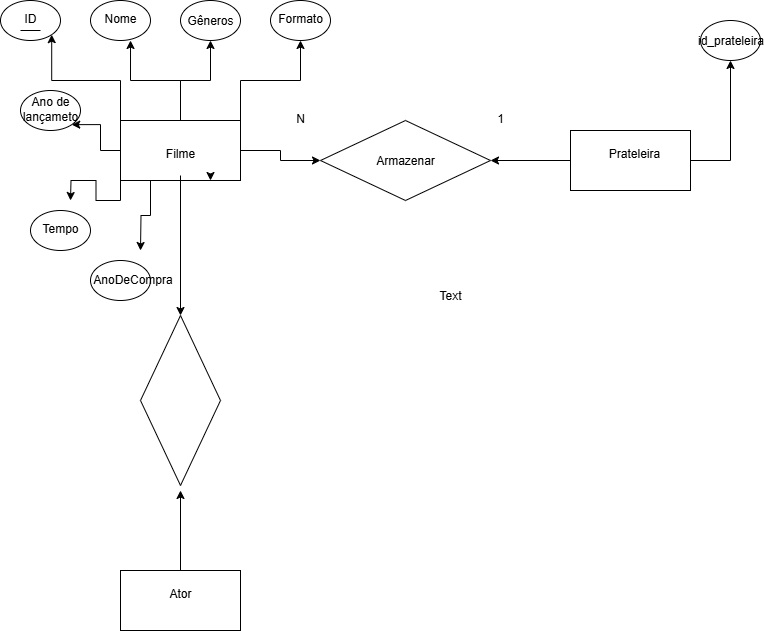
Earlier version of the draw.io export Diagrama sem nome.drawio.png (samueldf1507/samueldf1507). Source tidied: cells renumbered, new cells last; positions are measured from the earlier drawing's top-left corner, leaving out a move shared by most shapes. Its diagram source:
```xml
<mxGraphModel>
  <root>
    <mxCell id="0" />
    <mxCell id="1" parent="0" />
    <mxCell id="2" style="edgeStyle=orthogonalEdgeStyle;rounded=0;jettySize=auto;html=1;entryX=0;entryY=0.5;entryDx=0;entryDy=0;" parent="1" edge="1" source="9" target="20">
      <mxGeometry relative="1" as="geometry" />
    </mxCell>
    <mxCell id="3" style="edgeStyle=orthogonalEdgeStyle;rounded=0;jettySize=auto;html=1;exitX=0.5;exitY=0;exitDx=0;exitDy=0;" parent="1" edge="1" source="9" target="24">
      <mxGeometry relative="1" as="geometry" />
    </mxCell>
    <mxCell id="4" style="edgeStyle=orthogonalEdgeStyle;rounded=0;jettySize=auto;html=1;exitX=1;exitY=0;exitDx=0;exitDy=0;entryX=0.5;entryY=1;entryDx=0;entryDy=0;" parent="1" edge="1" source="9" target="25">
      <mxGeometry relative="1" as="geometry" />
    </mxCell>
    <mxCell id="5" style="edgeStyle=orthogonalEdgeStyle;rounded=0;jettySize=auto;html=1;exitX=0;exitY=0.5;exitDx=0;exitDy=0;entryX=1;entryY=1;entryDx=0;entryDy=0;" parent="1" edge="1" source="9" target="27">
      <mxGeometry relative="1" as="geometry" />
    </mxCell>
    <mxCell id="6" style="edgeStyle=orthogonalEdgeStyle;rounded=0;jettySize=auto;html=1;exitX=0;exitY=1;exitDx=0;exitDy=0;" parent="1" edge="1" source="9">
      <mxGeometry relative="1" as="geometry">
        <mxPoint x="70" y="200" as="targetPoint" />
      </mxGeometry>
    </mxCell>
    <mxCell id="7" style="edgeStyle=orthogonalEdgeStyle;rounded=0;jettySize=auto;html=1;exitX=0.25;exitY=1;exitDx=0;exitDy=0;" parent="1" edge="1" source="9">
      <mxGeometry relative="1" as="geometry">
        <mxPoint x="140" y="250" as="targetPoint" />
      </mxGeometry>
    </mxCell>
    <mxCell id="8" style="edgeStyle=orthogonalEdgeStyle;rounded=0;jettySize=auto;html=1;exitX=0;exitY=0;exitDx=0;exitDy=0;entryX=1;entryY=1;entryDx=0;entryDy=0;" parent="1" edge="1" source="9" target="31">
      <mxGeometry relative="1" as="geometry" />
    </mxCell>
    <mxCell id="9" style="rounded=0;whiteSpace=wrap;html=1;" parent="1" vertex="1">
      <mxGeometry x="120" y="120" width="120" height="60" as="geometry" />
    </mxCell>
    <mxCell id="10" style="edgeStyle=orthogonalEdgeStyle;rounded=0;jettySize=auto;html=1;exitX=1;exitY=1;exitDx=0;exitDy=0;entryX=0.75;entryY=1;entryDx=0;entryDy=0;" parent="1" edge="1" source="12" target="9">
      <mxGeometry relative="1" as="geometry" />
    </mxCell>
    <mxCell id="11" style="edgeStyle=orthogonalEdgeStyle;rounded=0;jettySize=auto;html=1;entryX=0;entryY=0.5;entryDx=0;entryDy=0;" parent="1" edge="1" source="12" target="43">
      <mxGeometry relative="1" as="geometry" />
    </mxCell>
    <mxCell id="12" value="Filme&lt;div&gt;&lt;br&gt;&lt;/div&gt;" style="text;html=1;align=center;verticalAlign=middle;whiteSpace=wrap;rounded=0;" parent="1" vertex="1">
      <mxGeometry x="150" y="145" width="60" height="30" as="geometry" />
    </mxCell>
    <mxCell id="13" style="edgeStyle=orthogonalEdgeStyle;rounded=0;jettySize=auto;html=1;exitX=0;exitY=0.5;exitDx=0;exitDy=0;entryX=1;entryY=0.5;entryDx=0;entryDy=0;" parent="1" edge="1" source="15" target="20">
      <mxGeometry relative="1" as="geometry" />
    </mxCell>
    <mxCell id="14" style="edgeStyle=orthogonalEdgeStyle;rounded=0;jettySize=auto;html=1;entryX=0.5;entryY=1;entryDx=0;entryDy=0;" parent="1" edge="1" source="15" target="40">
      <mxGeometry relative="1" as="geometry" />
    </mxCell>
    <mxCell id="15" style="rounded=0;whiteSpace=wrap;html=1;" parent="1" vertex="1">
      <mxGeometry x="570" y="130" width="120" height="60" as="geometry" />
    </mxCell>
    <mxCell id="16" value="Prateleira&lt;div&gt;&lt;br&gt;&lt;/div&gt;" style="text;html=1;align=center;verticalAlign=middle;whiteSpace=wrap;rounded=0;" parent="1" vertex="1">
      <mxGeometry x="604" y="145" width="60" height="30" as="geometry" />
    </mxCell>
    <mxCell id="17" style="edgeStyle=orthogonalEdgeStyle;rounded=0;jettySize=auto;html=1;exitX=0.5;exitY=0;exitDx=0;exitDy=0;" parent="1" edge="1" source="18">
      <mxGeometry relative="1" as="geometry">
        <mxPoint x="180" y="490" as="targetPoint" />
      </mxGeometry>
    </mxCell>
    <mxCell id="18" style="rounded=0;whiteSpace=wrap;html=1;" parent="1" vertex="1">
      <mxGeometry x="120" y="570" width="120" height="60" as="geometry" />
    </mxCell>
    <mxCell id="19" value="Ator&lt;div&gt;&lt;br&gt;&lt;/div&gt;" style="text;html=1;align=center;verticalAlign=middle;whiteSpace=wrap;rounded=0;" parent="1" vertex="1">
      <mxGeometry x="150" y="585" width="60" height="30" as="geometry" />
    </mxCell>
    <mxCell id="20" style="rhombus;whiteSpace=wrap;html=1;" parent="1" vertex="1">
      <mxGeometry x="320" y="120" width="170" height="80" as="geometry" />
    </mxCell>
    <mxCell id="21" value="Armazenar" style="text;html=1;align=center;verticalAlign=middle;whiteSpace=wrap;rounded=0;" parent="1" vertex="1">
      <mxGeometry x="375" y="145" width="60" height="30" as="geometry" />
    </mxCell>
    <mxCell id="22" value="1&lt;div&gt;&lt;br&gt;&lt;/div&gt;" style="text;html=1;align=center;verticalAlign=middle;whiteSpace=wrap;rounded=0;" parent="1" vertex="1">
      <mxGeometry x="470" y="110" width="60" height="30" as="geometry" />
    </mxCell>
    <mxCell id="23" value="N&lt;div&gt;&lt;br&gt;&lt;/div&gt;" style="text;html=1;align=center;verticalAlign=middle;whiteSpace=wrap;rounded=0;" parent="1" vertex="1">
      <mxGeometry x="270" y="110" width="60" height="30" as="geometry" />
    </mxCell>
    <mxCell id="24" style="ellipse;whiteSpace=wrap;html=1;" parent="1" vertex="1">
      <mxGeometry x="180" width="60" height="40" as="geometry" />
    </mxCell>
    <mxCell id="25" style="ellipse;whiteSpace=wrap;html=1;" parent="1" vertex="1">
      <mxGeometry x="270" width="60" height="40" as="geometry" />
    </mxCell>
    <mxCell id="26" style="ellipse;whiteSpace=wrap;html=1;" parent="1" vertex="1">
      <mxGeometry x="90" width="60" height="40" as="geometry" />
    </mxCell>
    <mxCell id="27" style="ellipse;whiteSpace=wrap;html=1;" parent="1" vertex="1">
      <mxGeometry x="20" y="90" width="60" height="40" as="geometry" />
    </mxCell>
    <mxCell id="28" style="ellipse;whiteSpace=wrap;html=1;" parent="1" vertex="1">
      <mxGeometry x="90" y="260" width="60" height="40" as="geometry" />
    </mxCell>
    <mxCell id="29" style="ellipse;whiteSpace=wrap;html=1;" parent="1" vertex="1">
      <mxGeometry x="30" y="210" width="60" height="40" as="geometry" />
    </mxCell>
    <mxCell id="30" style="edgeStyle=orthogonalEdgeStyle;rounded=0;jettySize=auto;html=1;exitX=0.5;exitY=0;exitDx=0;exitDy=0;entryX=0.667;entryY=1;entryDx=0;entryDy=0;entryPerimeter=0;" parent="1" edge="1" source="9" target="26">
      <mxGeometry relative="1" as="geometry" />
    </mxCell>
    <mxCell id="31" style="ellipse;whiteSpace=wrap;html=1;" parent="1" vertex="1">
      <mxGeometry width="60" height="40" as="geometry" />
    </mxCell>
    <mxCell id="32" value="AnoDeCompra" style="text;html=1;align=center;verticalAlign=middle;whiteSpace=wrap;rounded=0;" parent="1" vertex="1">
      <mxGeometry x="130" y="267.5" width="5" height="22.5" as="geometry" />
    </mxCell>
    <mxCell id="33" value="Gêneros" style="text;html=1;align=center;verticalAlign=middle;whiteSpace=wrap;rounded=0;" parent="1" vertex="1">
      <mxGeometry x="180" y="5" width="60" height="30" as="geometry" />
    </mxCell>
    <mxCell id="34" value="Formato&lt;div&gt;&lt;br&gt;&lt;/div&gt;" style="text;html=1;align=center;verticalAlign=middle;whiteSpace=wrap;rounded=0;" parent="1" vertex="1">
      <mxGeometry x="270" y="10" width="60" height="30" as="geometry" />
    </mxCell>
    <mxCell id="35" value="ID&lt;div&gt;&lt;br&gt;&lt;/div&gt;" style="text;html=1;align=center;verticalAlign=middle;whiteSpace=wrap;rounded=0;" parent="1" vertex="1">
      <mxGeometry y="10" width="60" height="30" as="geometry" />
    </mxCell>
    <mxCell id="36" style="endArrow=none;html=1;rounded=0;" parent="1" edge="1">
      <mxGeometry relative="1" as="geometry">
        <mxPoint x="20" y="30" as="sourcePoint" />
        <mxPoint x="40" y="30" as="targetPoint" />
      </mxGeometry>
    </mxCell>
    <mxCell id="37" value="Nome&lt;div&gt;&lt;br&gt;&lt;/div&gt;" style="text;html=1;align=center;verticalAlign=middle;whiteSpace=wrap;rounded=0;" parent="1" vertex="1">
      <mxGeometry x="90" y="10" width="60" height="30" as="geometry" />
    </mxCell>
    <mxCell id="38" value="Ano de lançameto" style="text;html=1;align=center;verticalAlign=middle;whiteSpace=wrap;rounded=0;" parent="1" vertex="1">
      <mxGeometry x="25" y="95" width="50" height="25" as="geometry" />
    </mxCell>
    <mxCell id="39" value="Tempo&lt;div&gt;&lt;br&gt;&lt;/div&gt;" style="text;html=1;align=center;verticalAlign=middle;whiteSpace=wrap;rounded=0;" parent="1" vertex="1">
      <mxGeometry x="30" y="220" width="60" height="30" as="geometry" />
    </mxCell>
    <mxCell id="40" style="ellipse;whiteSpace=wrap;html=1;" parent="1" vertex="1">
      <mxGeometry x="700" y="20" width="60" height="40" as="geometry" />
    </mxCell>
    <mxCell id="41" value="id_prateleira" style="text;html=1;align=center;verticalAlign=middle;whiteSpace=wrap;rounded=0;" parent="1" vertex="1">
      <mxGeometry x="727.5" y="37.5" width="5" height="5" as="geometry" />
    </mxCell>
    <mxCell id="42" value="Text" style="text;html=1;align=center;verticalAlign=middle;whiteSpace=wrap;rounded=0;" parent="1" vertex="1">
      <mxGeometry x="420" y="280" width="60" height="30" as="geometry" />
    </mxCell>
    <mxCell id="43" style="rhombus;whiteSpace=wrap;html=1;rotation=90;" parent="1" vertex="1">
      <mxGeometry x="95" y="360" width="170" height="80" as="geometry" />
    </mxCell>
  </root>
</mxGraphModel>
```
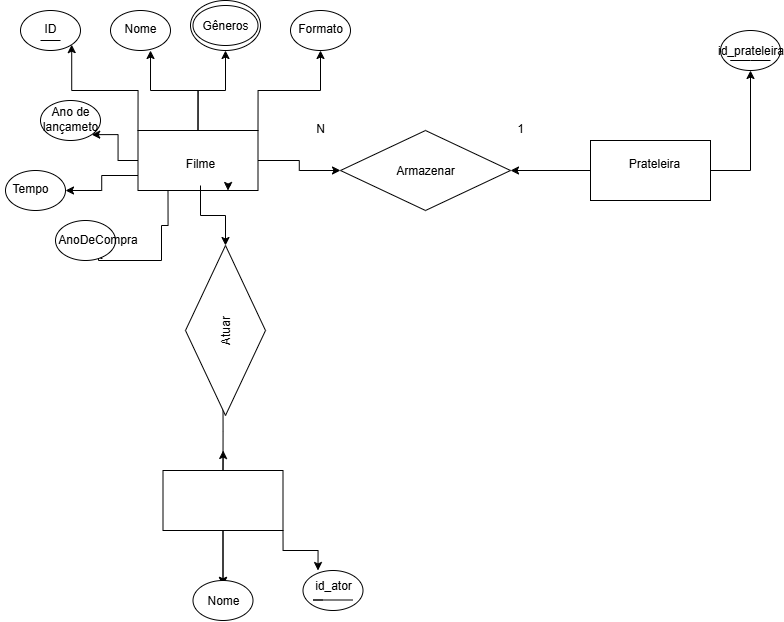
The same diagram one commit later.

Change to the diagram source:
```diff
@@ -14,21 +14,24 @@
     <mxCell id="5" style="edgeStyle=orthogonalEdgeStyle;rounded=0;jettySize=auto;html=1;exitX=0;exitY=0.5;exitDx=0;exitDy=0;entryX=1;entryY=1;entryDx=0;entryDy=0;" parent="1" edge="1" source="9" target="27">
       <mxGeometry relative="1" as="geometry" />
     </mxCell>
-    <mxCell id="6" style="edgeStyle=orthogonalEdgeStyle;rounded=0;jettySize=auto;html=1;exitX=0;exitY=1;exitDx=0;exitDy=0;" parent="1" edge="1" source="9">
-      <mxGeometry relative="1" as="geometry">
-        <mxPoint x="70" y="200" as="targetPoint" />
-      </mxGeometry>
-    </mxCell>
-    <mxCell id="7" style="edgeStyle=orthogonalEdgeStyle;rounded=0;jettySize=auto;html=1;exitX=0.25;exitY=1;exitDx=0;exitDy=0;" parent="1" edge="1" source="9">
+    <mxCell id="7" style="edgeStyle=orthogonalEdgeStyle;rounded=0;jettySize=auto;html=1;exitX=0.25;exitY=1;exitDx=0;exitDy=0;" parent="1" edge="1" source="9" target="32">
       <mxGeometry relative="1" as="geometry">
-        <mxPoint x="140" y="250" as="targetPoint" />
+        <Array as="points">
+          <mxPoint x="148" y="215" />
+          <mxPoint x="141" y="215" />
+          <mxPoint x="141" y="250" />
+          <mxPoint x="78" y="250" />
+        </Array>
       </mxGeometry>
     </mxCell>
     <mxCell id="8" style="edgeStyle=orthogonalEdgeStyle;rounded=0;jettySize=auto;html=1;exitX=0;exitY=0;exitDx=0;exitDy=0;entryX=1;entryY=1;entryDx=0;entryDy=0;" parent="1" edge="1" source="9" target="31">
       <mxGeometry relative="1" as="geometry" />
     </mxCell>
+    <mxCell id="44" style="edgeStyle=orthogonalEdgeStyle;rounded=0;jettySize=auto;html=1;exitX=0;exitY=0.75;exitDx=0;exitDy=0;entryX=1;entryY=0.5;entryDx=0;entryDy=0;" parent="1" edge="1" source="9" target="29">
+      <mxGeometry relative="1" as="geometry" />
+    </mxCell>
     <mxCell id="9" style="rounded=0;whiteSpace=wrap;html=1;" parent="1" vertex="1">
-      <mxGeometry x="120" y="120" width="120" height="60" as="geometry" />
+      <mxGeometry x="117.5" y="120" width="120" height="60" as="geometry" />
     </mxCell>
     <mxCell id="10" style="edgeStyle=orthogonalEdgeStyle;rounded=0;jettySize=auto;html=1;exitX=1;exitY=1;exitDx=0;exitDy=0;entryX=0.75;entryY=1;entryDx=0;entryDy=0;" parent="1" edge="1" source="12" target="9">
       <mxGeometry relative="1" as="geometry" />
@@ -53,15 +56,26 @@
     </mxCell>
     <mxCell id="17" style="edgeStyle=orthogonalEdgeStyle;rounded=0;jettySize=auto;html=1;exitX=0.5;exitY=0;exitDx=0;exitDy=0;" parent="1" edge="1" source="18">
       <mxGeometry relative="1" as="geometry">
-        <mxPoint x="180" y="490" as="targetPoint" />
+        <mxPoint x="202.5" y="380" as="targetPoint" />
       </mxGeometry>
     </mxCell>
+    <mxCell id="45" style="edgeStyle=orthogonalEdgeStyle;rounded=0;jettySize=auto;html=1;" parent="1" edge="1" source="18" target="52">
+      <mxGeometry relative="1" as="geometry" />
+    </mxCell>
+    <mxCell id="46" style="edgeStyle=orthogonalEdgeStyle;rounded=0;jettySize=auto;html=1;exitX=0.5;exitY=1;exitDx=0;exitDy=0;entryX=0.5;entryY=0;entryDx=0;entryDy=0;" parent="1" edge="1" source="18" target="52">
+      <mxGeometry relative="1" as="geometry" />
+    </mxCell>
+    <mxCell id="47" style="edgeStyle=orthogonalEdgeStyle;rounded=0;jettySize=auto;html=1;exitX=1;exitY=1;exitDx=0;exitDy=0;entryX=0.25;entryY=0;entryDx=0;entryDy=0;" parent="1" edge="1" source="18" target="50">
+      <mxGeometry relative="1" as="geometry" />
+    </mxCell>
+    <mxCell id="48" style="edgeStyle=orthogonalEdgeStyle;rounded=0;jettySize=auto;html=1;exitX=0.5;exitY=0;exitDx=0;exitDy=0;" parent="1" edge="1" source="18">
+      <mxGeometry relative="1" as="geometry">
+        <mxPoint x="202.7" y="440" as="targetPoint" />
+      </mxGeometry>
+    </mxCell>
     <mxCell id="18" style="rounded=0;whiteSpace=wrap;html=1;" parent="1" vertex="1">
-      <mxGeometry x="120" y="570" width="120" height="60" as="geometry" />
+      <mxGeometry x="142.5" y="460" width="120" height="60" as="geometry" />
     </mxCell>
-    <mxCell id="19" value="Ator&lt;div&gt;&lt;br&gt;&lt;/div&gt;" style="text;html=1;align=center;verticalAlign=middle;whiteSpace=wrap;rounded=0;" parent="1" vertex="1">
-      <mxGeometry x="150" y="585" width="60" height="30" as="geometry" />
-    </mxCell>
     <mxCell id="20" style="rhombus;whiteSpace=wrap;html=1;" parent="1" vertex="1">
       <mxGeometry x="320" y="120" width="170" height="80" as="geometry" />
     </mxCell>
@@ -75,7 +89,7 @@
       <mxGeometry x="270" y="110" width="60" height="30" as="geometry" />
     </mxCell>
     <mxCell id="24" style="ellipse;whiteSpace=wrap;html=1;" parent="1" vertex="1">
-      <mxGeometry x="180" width="60" height="40" as="geometry" />
+      <mxGeometry x="170" y="-10" width="70" height="50" as="geometry" />
     </mxCell>
     <mxCell id="25" style="ellipse;whiteSpace=wrap;html=1;" parent="1" vertex="1">
       <mxGeometry x="270" width="60" height="40" as="geometry" />
@@ -87,10 +101,10 @@
       <mxGeometry x="20" y="90" width="60" height="40" as="geometry" />
     </mxCell>
     <mxCell id="28" style="ellipse;whiteSpace=wrap;html=1;" parent="1" vertex="1">
-      <mxGeometry x="90" y="260" width="60" height="40" as="geometry" />
+      <mxGeometry x="35" y="210" width="60" height="40" as="geometry" />
     </mxCell>
     <mxCell id="29" style="ellipse;whiteSpace=wrap;html=1;" parent="1" vertex="1">
-      <mxGeometry x="30" y="210" width="60" height="40" as="geometry" />
+      <mxGeometry x="-15" y="160" width="60" height="40" as="geometry" />
     </mxCell>
     <mxCell id="30" style="edgeStyle=orthogonalEdgeStyle;rounded=0;jettySize=auto;html=1;exitX=0.5;exitY=0;exitDx=0;exitDy=0;entryX=0.667;entryY=1;entryDx=0;entryDy=0;entryPerimeter=0;" parent="1" edge="1" source="9" target="26">
       <mxGeometry relative="1" as="geometry" />
@@ -99,11 +113,8 @@
       <mxGeometry width="60" height="40" as="geometry" />
     </mxCell>
     <mxCell id="32" value="AnoDeCompra" style="text;html=1;align=center;verticalAlign=middle;whiteSpace=wrap;rounded=0;" parent="1" vertex="1">
-      <mxGeometry x="130" y="267.5" width="5" height="22.5" as="geometry" />
+      <mxGeometry x="75" y="217.5" width="5" height="22.5" as="geometry" />
     </mxCell>
-    <mxCell id="33" value="Gêneros" style="text;html=1;align=center;verticalAlign=middle;whiteSpace=wrap;rounded=0;" parent="1" vertex="1">
-      <mxGeometry x="180" y="5" width="60" height="30" as="geometry" />
-    </mxCell>
     <mxCell id="34" value="Formato&lt;div&gt;&lt;br&gt;&lt;/div&gt;" style="text;html=1;align=center;verticalAlign=middle;whiteSpace=wrap;rounded=0;" parent="1" vertex="1">
       <mxGeometry x="270" y="10" width="60" height="30" as="geometry" />
     </mxCell>
@@ -123,7 +134,7 @@
       <mxGeometry x="25" y="95" width="50" height="25" as="geometry" />
     </mxCell>
     <mxCell id="39" value="Tempo&lt;div&gt;&lt;br&gt;&lt;/div&gt;" style="text;html=1;align=center;verticalAlign=middle;whiteSpace=wrap;rounded=0;" parent="1" vertex="1">
-      <mxGeometry x="30" y="220" width="60" height="30" as="geometry" />
+      <mxGeometry x="-20" y="170" width="60" height="30" as="geometry" />
     </mxCell>
     <mxCell id="40" style="ellipse;whiteSpace=wrap;html=1;" parent="1" vertex="1">
       <mxGeometry x="700" y="20" width="60" height="40" as="geometry" />
@@ -131,11 +142,48 @@
     <mxCell id="41" value="id_prateleira" style="text;html=1;align=center;verticalAlign=middle;whiteSpace=wrap;rounded=0;" parent="1" vertex="1">
       <mxGeometry x="727.5" y="37.5" width="5" height="5" as="geometry" />
     </mxCell>
-    <mxCell id="42" value="Text" style="text;html=1;align=center;verticalAlign=middle;whiteSpace=wrap;rounded=0;" parent="1" vertex="1">
-      <mxGeometry x="420" y="280" width="60" height="30" as="geometry" />
-    </mxCell>
     <mxCell id="43" style="rhombus;whiteSpace=wrap;html=1;rotation=90;" parent="1" vertex="1">
-      <mxGeometry x="95" y="360" width="170" height="80" as="geometry" />
+      <mxGeometry x="120" y="280" width="170" height="80" as="geometry" />
     </mxCell>
+    <mxCell id="49" style="ellipse;whiteSpace=wrap;html=1;" parent="1" vertex="1">
+      <mxGeometry x="282.5" y="560" width="60" height="40" as="geometry" />
+    </mxCell>
+    <mxCell id="50" value="id_ator" style="text;html=1;align=center;verticalAlign=middle;whiteSpace=wrap;rounded=0;" parent="1" vertex="1">
+      <mxGeometry x="282.5" y="560" width="60" height="30" as="geometry" />
+    </mxCell>
+    <mxCell id="51" style="ellipse;whiteSpace=wrap;html=1;" parent="1" vertex="1">
+      <mxGeometry x="172.5" y="570" width="60" height="40" as="geometry" />
+    </mxCell>
+    <mxCell id="52" value="Nome" style="text;html=1;align=center;verticalAlign=middle;whiteSpace=wrap;rounded=0;" parent="1" vertex="1">
+      <mxGeometry x="172.5" y="575" width="60" height="30" as="geometry" />
+    </mxCell>
+    <mxCell id="53" style="endArrow=none;html=1;rounded=0;" parent="1" edge="1">
+      <mxGeometry relative="1" as="geometry">
+        <mxPoint x="302.5" y="589.5" as="sourcePoint" />
+        <mxPoint x="332.5" y="589.5" as="targetPoint" />
+        <Array as="points">
+          <mxPoint x="292.5" y="589.5" />
+        </Array>
+      </mxGeometry>
+    </mxCell>
+    <mxCell id="54" style="endArrow=none;html=1;rounded=0;" parent="1" edge="1">
+      <mxGeometry relative="1" as="geometry">
+        <mxPoint x="720" y="50" as="sourcePoint" />
+        <mxPoint x="750" y="50" as="targetPoint" />
+        <Array as="points">
+          <mxPoint x="710" y="50" />
+          <mxPoint x="730" y="50" />
+        </Array>
+      </mxGeometry>
+    </mxCell>
+    <mxCell id="55" style="ellipse;whiteSpace=wrap;html=1;" parent="1" vertex="1">
+      <mxGeometry x="172.5" y="-5" width="65" height="40" as="geometry" />
+    </mxCell>
+    <mxCell id="33" value="Gêneros" style="text;html=1;align=center;verticalAlign=middle;whiteSpace=wrap;rounded=0;" parent="1" vertex="1">
+      <mxGeometry x="175" width="60" height="30" as="geometry" />
+    </mxCell>
+    <mxCell id="56" value="Atuar" style="text;html=1;align=center;verticalAlign=middle;whiteSpace=wrap;rounded=0;rotation=-90;" parent="1" vertex="1">
+      <mxGeometry x="170" y="300" width="70" height="40" as="geometry" />
+    </mxCell>
   </root>
 </mxGraphModel>
```
